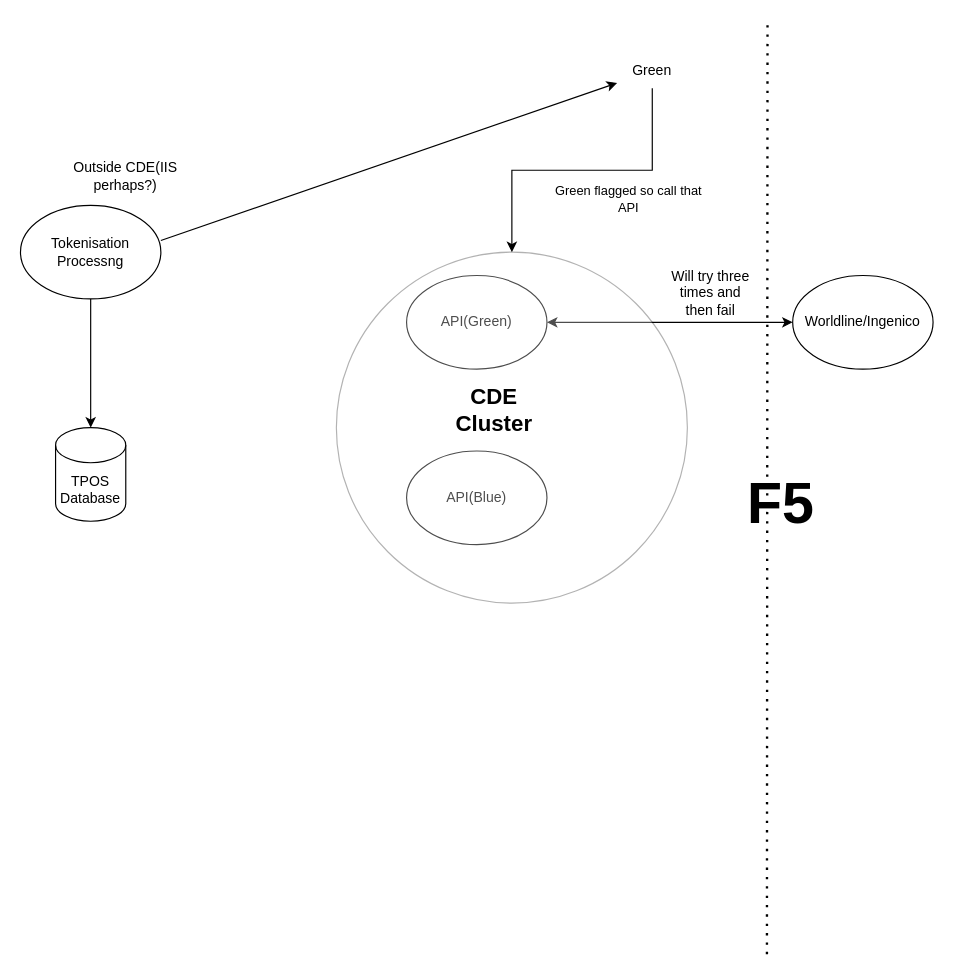
The draw.io diagram TokenisationBlueGreen.drawio in mattwatts36/drawings, before the edit. Source tidied: cells renumbered, new cells numbered last; positions are measured from the earlier drawing's top-left corner, leaving out a move shared by most shapes. Both pictures are drawn from the tidied source at 117%, with x=0, y=0 at pixel (20, 20).
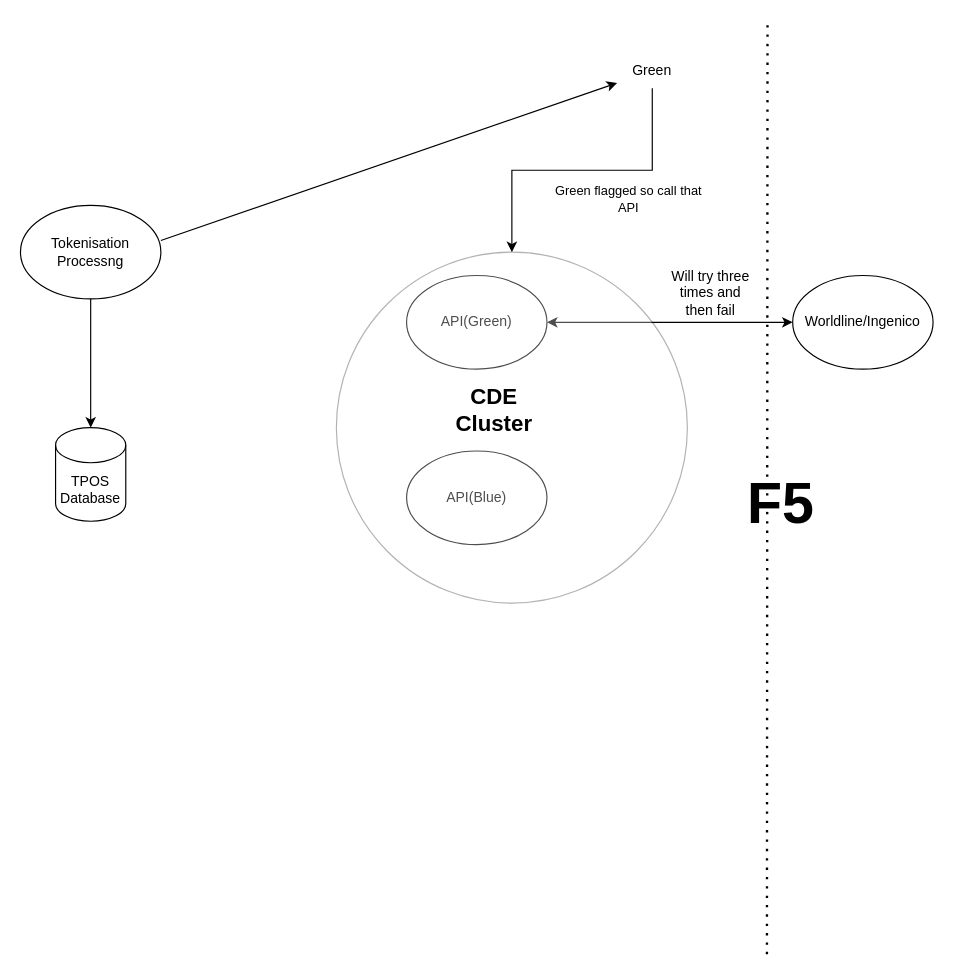
The same page after the edit.

Diff of the diagram source:
```diff
@@
-    <mxCell id="17" value="Outside CDE(IIS perhaps?)" style="text;html=1;strokeColor=none;fillColor=none;align=center;verticalAlign=middle;whiteSpace=wrap;rounded=0;" parent="1" vertex="1">
-      <mxGeometry x="40" y="118" width="100" height="30" as="geometry" />
-    </mxCell>
```
